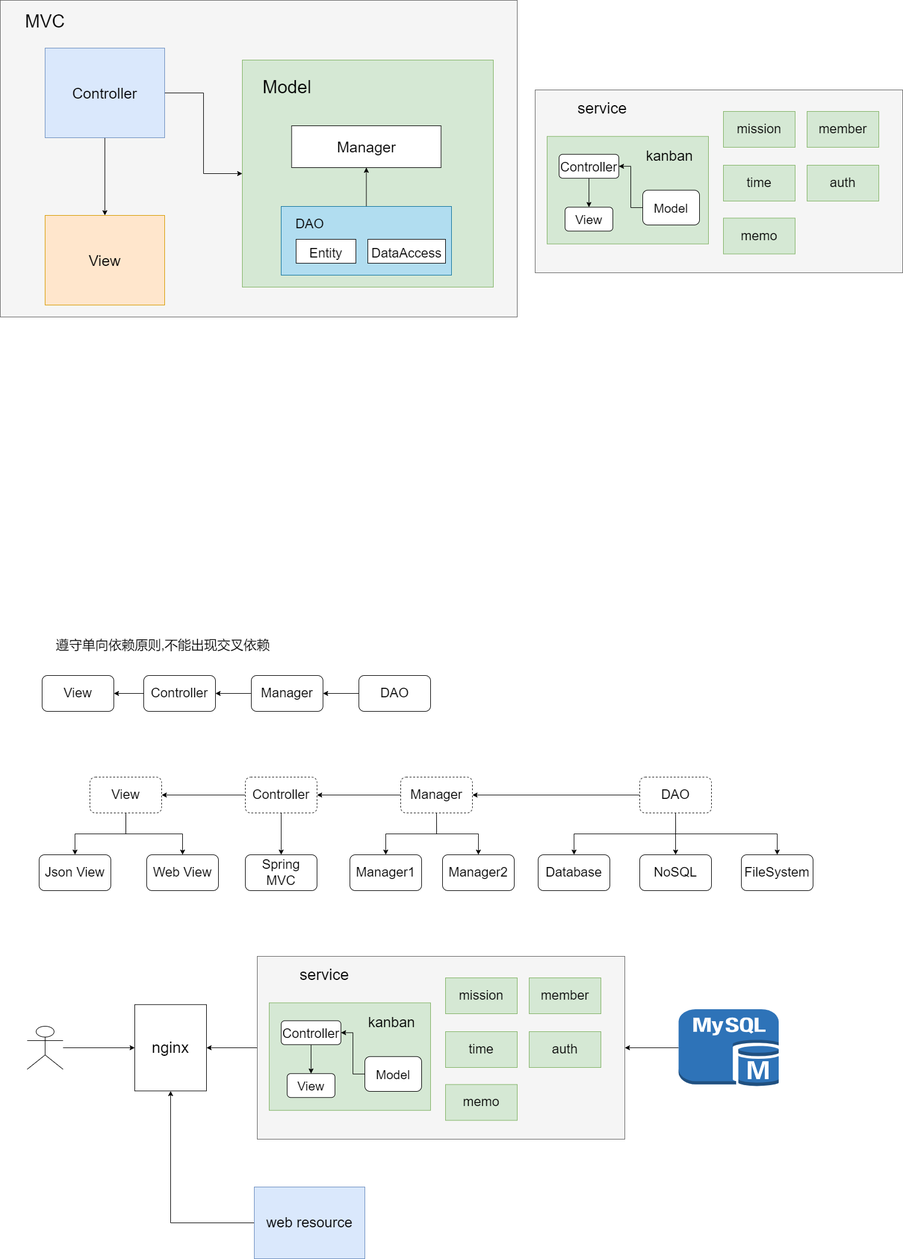
GitHeP/diagrams keeps this draw.io diagram as lingxi-taurus/lingxi-taurus-architecture-1,0.0.png. Above is the earlier version. Source tidied: cells renumbered, new cells last; positions are measured from the earlier drawing's top-left corner, leaving out a move shared by most shapes.
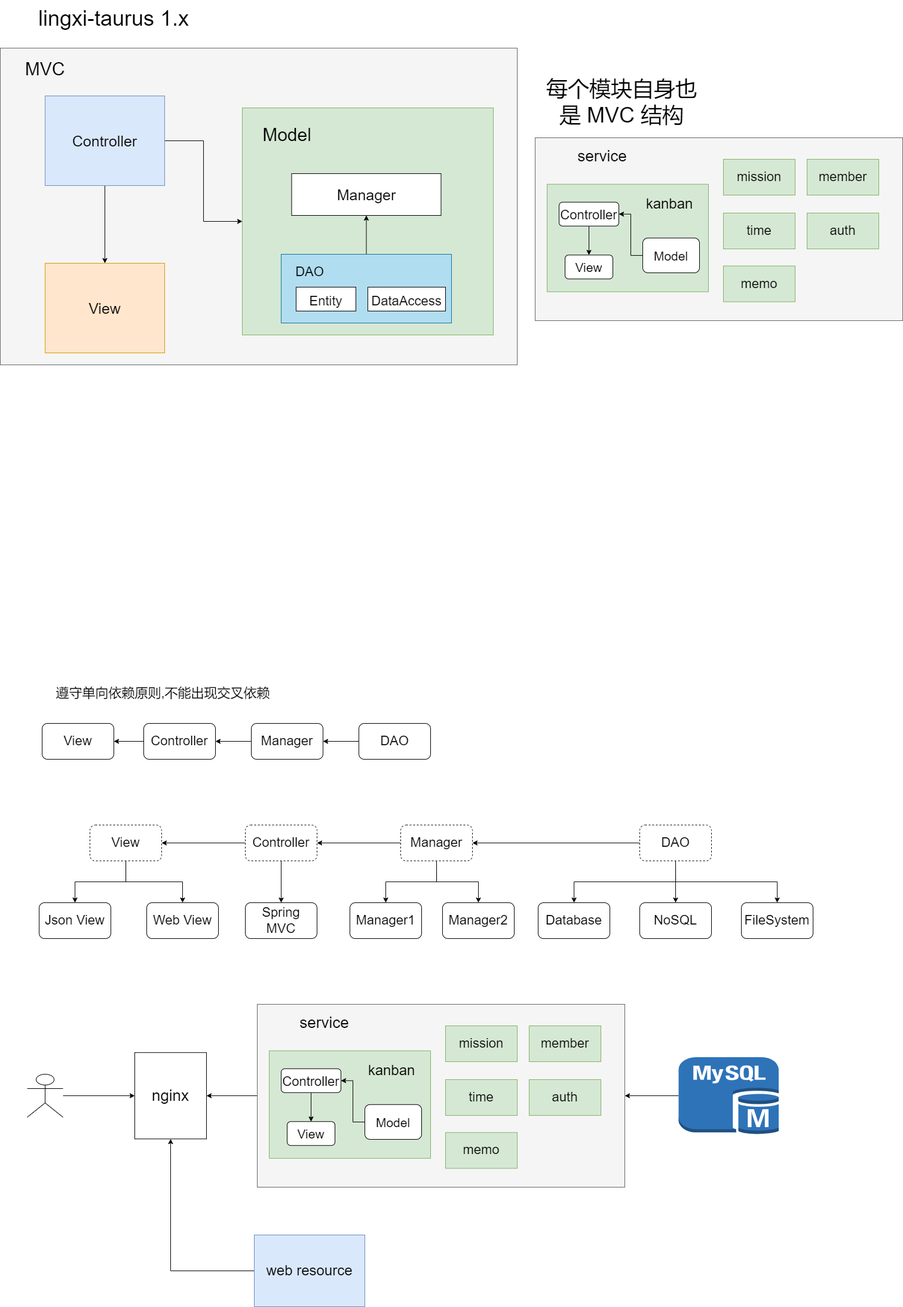
Later version of the same file.

What changed in the source:
```diff
@@ -255,5 +255,11 @@
     <mxCell id="84" value="&lt;font style=&quot;font-size: 24px;&quot;&gt;kanban&lt;/font&gt;" style="text;html=1;strokeColor=none;fillColor=none;align=center;verticalAlign=middle;whiteSpace=wrap;rounded=0;fontSize=21;" parent="1" vertex="1">
       <mxGeometry x="1090" y="246" width="60" height="30" as="geometry" />
     </mxCell>
+    <mxCell id="85" value="&lt;font style=&quot;font-size: 36px;&quot;&gt;lingxi-taurus 1.x&lt;/font&gt;" style="text;html=1;strokeColor=none;fillColor=none;align=center;verticalAlign=middle;whiteSpace=wrap;rounded=0;" parent="1" vertex="1">
+      <mxGeometry x="35" y="-80" width="310" height="60" as="geometry" />
+    </mxCell>
+    <mxCell id="86" value="每个模块自身也是 MVC 结构" style="text;html=1;strokeColor=none;fillColor=none;align=center;verticalAlign=middle;whiteSpace=wrap;rounded=0;fontSize=36;" parent="1" vertex="1">
+      <mxGeometry x="905" y="50" width="270" height="80" as="geometry" />
+    </mxCell>
   </root>
 </mxGraphModel>
```
